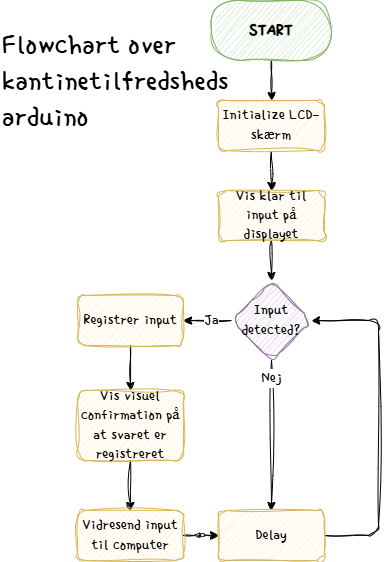
The draw.io diagram billeder/arduino-flowchart.png in JamesPness/Kantinetilfredshed, before a commit. Source tidied: cells renumbered, new cells last; positions are measured from the earlier drawing's top-left corner, leaving out a move shared by most shapes. Source of this version:
```xml
<mxGraphModel background="#ffffff">
  <root>
    <mxCell id="0" />
    <mxCell id="1" parent="0" />
    <mxCell id="2" style="edgeStyle=orthogonalEdgeStyle;rounded=1;jettySize=auto;html=1;sketch=1;curveFitting=1;jiggle=2;fontFamily=Single Day;fontSource=https%3A%2F%2Ffonts.googleapis.com%2Fcss%3Ffamily%3DSingle%2BDay;" parent="1" edge="1" source="3" target="10">
      <mxGeometry relative="1" as="geometry" />
    </mxCell>
    <mxCell id="3" value="&lt;font&gt;&lt;span style=&quot;&quot;&gt;START&lt;/span&gt;&lt;/font&gt;" style="rounded=1;whiteSpace=wrap;html=1;arcSize=50;fillColor=#d5e8d4;strokeColor=#82b366;fontStyle=1;sketch=1;curveFitting=1;jiggle=2;fontFamily=Single Day;fontSource=https%3A%2F%2Ffonts.googleapis.com%2Fcss%3Ffamily%3DSingle%2BDay;fontSize=18;" parent="1" vertex="1">
      <mxGeometry x="211" width="120" height="60" as="geometry" />
    </mxCell>
    <mxCell id="4" style="edgeStyle=orthogonalEdgeStyle;rounded=1;jettySize=auto;html=1;sketch=1;curveFitting=1;jiggle=2;fontFamily=Single Day;fontSource=https%3A%2F%2Ffonts.googleapis.com%2Fcss%3Ffamily%3DSingle%2BDay;fontSize=16;" parent="1" edge="1" source="8" target="14">
      <mxGeometry relative="1" as="geometry" />
    </mxCell>
    <mxCell id="5" value="Nej" style="edgeLabel;html=1;align=center;verticalAlign=middle;rounded=1;sketch=1;curveFitting=1;jiggle=2;fontFamily=Single Day;fontSource=https%3A%2F%2Ffonts.googleapis.com%2Fcss%3Ffamily%3DSingle%2BDay;fontSize=16;" parent="4" vertex="1">
      <mxGeometry x="-0.45" y="-2" relative="1" as="geometry">
        <mxPoint x="2" y="-24" as="offset" />
      </mxGeometry>
    </mxCell>
    <mxCell id="6" style="edgeStyle=orthogonalEdgeStyle;rounded=1;jettySize=auto;html=1;sketch=1;curveFitting=1;jiggle=2;fontFamily=Single Day;fontSource=https%3A%2F%2Ffonts.googleapis.com%2Fcss%3Ffamily%3DSingle%2BDay;fontSize=16;" parent="1" edge="1" source="8" target="16">
      <mxGeometry relative="1" as="geometry" />
    </mxCell>
    <mxCell id="7" value="Ja" style="edgeLabel;html=1;align=center;verticalAlign=middle;rounded=1;sketch=1;curveFitting=1;jiggle=2;fontFamily=Single Day;fontSource=https%3A%2F%2Ffonts.googleapis.com%2Fcss%3Ffamily%3DSingle%2BDay;fontSize=16;" parent="6" vertex="1">
      <mxGeometry x="-0.21" y="-3" relative="1" as="geometry">
        <mxPoint x="-1" y="3" as="offset" />
      </mxGeometry>
    </mxCell>
    <mxCell id="8" value="Input detected?" style="rhombus;html=1;fontFamily=Single Day;fillColor=#e1d5e7;strokeColor=#9673a6;whiteSpace=wrap;rounded=1;sketch=1;curveFitting=1;jiggle=2;fontSource=https%3A%2F%2Ffonts.googleapis.com%2Fcss%3Ffamily%3DSingle%2BDay;fontSize=16;" parent="1" vertex="1">
      <mxGeometry x="231" y="280" width="80" height="80" as="geometry" />
    </mxCell>
    <mxCell id="9" style="edgeStyle=orthogonalEdgeStyle;rounded=1;jettySize=auto;html=1;entryX=0.5;entryY=0;entryDx=0;entryDy=0;sketch=1;curveFitting=1;jiggle=2;fontFamily=Single Day;fontSource=https%3A%2F%2Ffonts.googleapis.com%2Fcss%3Ffamily%3DSingle%2BDay;fontSize=16;" parent="1" edge="1" source="10" target="12">
      <mxGeometry relative="1" as="geometry" />
    </mxCell>
    <mxCell id="10" value="Initialize LCD-skærm" style="rounded=1;whiteSpace=wrap;html=1;fillColor=#fff2cc;strokeColor=#d6b656;sketch=1;curveFitting=1;jiggle=2;fontFamily=Single Day;fontSource=https%3A%2F%2Ffonts.googleapis.com%2Fcss%3Ffamily%3DSingle%2BDay;fontSize=16;" parent="1" vertex="1">
      <mxGeometry x="218" y="100" width="106" height="50" as="geometry" />
    </mxCell>
    <mxCell id="11" style="edgeStyle=orthogonalEdgeStyle;rounded=1;jettySize=auto;html=1;sketch=1;curveFitting=1;jiggle=2;fontFamily=Single Day;fontSource=https%3A%2F%2Ffonts.googleapis.com%2Fcss%3Ffamily%3DSingle%2BDay;fontSize=16;" parent="1" edge="1" source="12" target="8">
      <mxGeometry relative="1" as="geometry" />
    </mxCell>
    <mxCell id="12" value="Vis klar til input på displayet" style="rounded=1;whiteSpace=wrap;html=1;fillColor=#fff2cc;strokeColor=#d6b656;sketch=1;curveFitting=1;jiggle=2;fontFamily=Single Day;fontSource=https%3A%2F%2Ffonts.googleapis.com%2Fcss%3Ffamily%3DSingle%2BDay;fontSize=16;" parent="1" vertex="1">
      <mxGeometry x="218" y="190" width="106" height="50" as="geometry" />
    </mxCell>
    <mxCell id="13" style="edgeStyle=orthogonalEdgeStyle;rounded=1;jettySize=auto;html=1;entryX=1;entryY=0.5;entryDx=0;entryDy=0;sketch=1;curveFitting=1;jiggle=2;fontFamily=Single Day;fontSource=https%3A%2F%2Ffonts.googleapis.com%2Fcss%3Ffamily%3DSingle%2BDay;fontSize=16;" parent="1" edge="1" source="14" target="8">
      <mxGeometry relative="1" as="geometry">
        <Array as="points">
          <mxPoint x="378" y="535" />
          <mxPoint x="378" y="320" />
        </Array>
      </mxGeometry>
    </mxCell>
    <mxCell id="14" value="Delay" style="rounded=1;whiteSpace=wrap;html=1;fillColor=#fff2cc;strokeColor=#d6b656;fontFamily=Single Day;sketch=1;curveFitting=1;jiggle=2;fontSource=https%3A%2F%2Ffonts.googleapis.com%2Fcss%3Ffamily%3DSingle%2BDay;fontSize=16;" parent="1" vertex="1">
      <mxGeometry x="218" y="510" width="106" height="50" as="geometry" />
    </mxCell>
    <mxCell id="15" style="edgeStyle=orthogonalEdgeStyle;rounded=1;jettySize=auto;html=1;sketch=1;curveFitting=1;jiggle=2;fontFamily=Single Day;fontSource=https%3A%2F%2Ffonts.googleapis.com%2Fcss%3Ffamily%3DSingle%2BDay;fontSize=16;" parent="1" edge="1" source="16" target="18">
      <mxGeometry relative="1" as="geometry" />
    </mxCell>
    <mxCell id="16" value="Registrer&amp;nbsp;input" style="rounded=1;whiteSpace=wrap;html=1;fillColor=#fff2cc;strokeColor=#d6b656;horizontal=1;fontFamily=Single Day;sketch=1;curveFitting=1;jiggle=2;fontSource=https%3A%2F%2Ffonts.googleapis.com%2Fcss%3Ffamily%3DSingle%2BDay;fontSize=16;" parent="1" vertex="1">
      <mxGeometry x="77" y="295" width="106" height="50" as="geometry" />
    </mxCell>
    <mxCell id="17" style="edgeStyle=orthogonalEdgeStyle;rounded=1;jettySize=auto;html=1;sketch=1;curveFitting=1;jiggle=2;fontFamily=Single Day;fontSource=https%3A%2F%2Ffonts.googleapis.com%2Fcss%3Ffamily%3DSingle%2BDay;fontSize=16;" parent="1" edge="1" source="18" target="20">
      <mxGeometry relative="1" as="geometry" />
    </mxCell>
    <mxCell id="18" value="Vis visuel confirmation på at svaret er registreret" style="rounded=1;whiteSpace=wrap;html=1;fillColor=#fff2cc;strokeColor=#d6b656;fontFamily=Single Day;sketch=1;curveFitting=1;jiggle=2;fontSource=https%3A%2F%2Ffonts.googleapis.com%2Fcss%3Ffamily%3DSingle%2BDay;fontSize=16;" parent="1" vertex="1">
      <mxGeometry x="77" y="390" width="106" height="70" as="geometry" />
    </mxCell>
    <mxCell id="19" style="edgeStyle=orthogonalEdgeStyle;rounded=1;jettySize=auto;html=1;sketch=1;curveFitting=1;jiggle=2;fontFamily=Single Day;fontSource=https%3A%2F%2Ffonts.googleapis.com%2Fcss%3Ffamily%3DSingle%2BDay;fontSize=16;" parent="1" edge="1" source="20" target="14">
      <mxGeometry relative="1" as="geometry" />
    </mxCell>
    <mxCell id="20" value="Vidresend input til computer" style="rounded=1;whiteSpace=wrap;html=1;fillColor=#fff2cc;strokeColor=#d6b656;fontFamily=Single Day;sketch=1;curveFitting=1;jiggle=2;fontSource=https%3A%2F%2Ffonts.googleapis.com%2Fcss%3Ffamily%3DSingle%2BDay;fontSize=16;" parent="1" vertex="1">
      <mxGeometry x="77" y="510" width="106" height="50" as="geometry" />
    </mxCell>
    <mxCell id="21" value="&lt;font&gt;Flowchart over&amp;nbsp;&lt;/font&gt;&lt;div&gt;&lt;font&gt;kantinetilfredsheds&amp;nbsp;&lt;/font&gt;&lt;/div&gt;&lt;div&gt;&lt;font&gt;arduino&lt;/font&gt;&lt;/div&gt;" style="text;html=1;align=left;verticalAlign=middle;strokeColor=none;fillColor=none;rounded=1;sketch=1;curveFitting=1;jiggle=2;fontSize=30;fontFamily=Single Day;fontSource=https%3A%2F%2Ffonts.googleapis.com%2Fcss%3Ffamily%3DSingle%2BDay;" parent="1" vertex="1">
      <mxGeometry y="20" width="260" height="120" as="geometry" />
    </mxCell>
  </root>
</mxGraphModel>
```
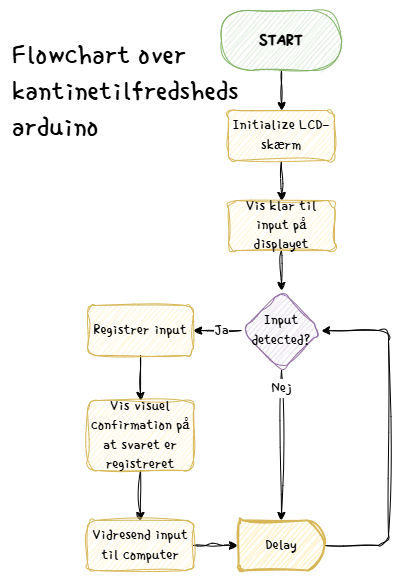
After the change.

Commit message:
Updated arduino flowchart

What changed in the source:
```diff
@@ -8,7 +8,7 @@
     <mxCell id="3" value="&lt;font&gt;&lt;span style=&quot;&quot;&gt;START&lt;/span&gt;&lt;/font&gt;" style="rounded=1;whiteSpace=wrap;html=1;arcSize=50;fillColor=#d5e8d4;strokeColor=#82b366;fontStyle=1;sketch=1;curveFitting=1;jiggle=2;fontFamily=Single Day;fontSource=https%3A%2F%2Ffonts.googleapis.com%2Fcss%3Ffamily%3DSingle%2BDay;fontSize=18;" parent="1" vertex="1">
       <mxGeometry x="211" width="120" height="60" as="geometry" />
     </mxCell>
-    <mxCell id="4" style="edgeStyle=orthogonalEdgeStyle;rounded=1;jettySize=auto;html=1;sketch=1;curveFitting=1;jiggle=2;fontFamily=Single Day;fontSource=https%3A%2F%2Ffonts.googleapis.com%2Fcss%3Ffamily%3DSingle%2BDay;fontSize=16;" parent="1" edge="1" source="8" target="14">
+    <mxCell id="4" style="edgeStyle=orthogonalEdgeStyle;rounded=1;jettySize=auto;html=1;sketch=1;curveFitting=1;jiggle=2;fontFamily=Single Day;fontSource=https%3A%2F%2Ffonts.googleapis.com%2Fcss%3Ffamily%3DSingle%2BDay;fontSize=16;entryX=0.5;entryY=0;entryDx=0;entryDy=0;entryPerimeter=0;" parent="1" edge="1" source="8" target="14">
       <mxGeometry relative="1" as="geometry" />
     </mxCell>
     <mxCell id="5" value="Nej" style="edgeLabel;html=1;align=center;verticalAlign=middle;rounded=1;sketch=1;curveFitting=1;jiggle=2;fontFamily=Single Day;fontSource=https%3A%2F%2Ffonts.googleapis.com%2Fcss%3Ffamily%3DSingle%2BDay;fontSize=16;" parent="4" vertex="1">
@@ -47,9 +47,6 @@
         </Array>
       </mxGeometry>
     </mxCell>
-    <mxCell id="14" value="Delay" style="rounded=1;whiteSpace=wrap;html=1;fillColor=#fff2cc;strokeColor=#d6b656;fontFamily=Single Day;sketch=1;curveFitting=1;jiggle=2;fontSource=https%3A%2F%2Ffonts.googleapis.com%2Fcss%3Ffamily%3DSingle%2BDay;fontSize=16;" parent="1" vertex="1">
-      <mxGeometry x="218" y="510" width="106" height="50" as="geometry" />
-    </mxCell>
     <mxCell id="15" style="edgeStyle=orthogonalEdgeStyle;rounded=1;jettySize=auto;html=1;sketch=1;curveFitting=1;jiggle=2;fontFamily=Single Day;fontSource=https%3A%2F%2Ffonts.googleapis.com%2Fcss%3Ffamily%3DSingle%2BDay;fontSize=16;" parent="1" edge="1" source="16" target="18">
       <mxGeometry relative="1" as="geometry" />
     </mxCell>
@@ -62,8 +59,10 @@
     <mxCell id="18" value="Vis visuel confirmation på at svaret er registreret" style="rounded=1;whiteSpace=wrap;html=1;fillColor=#fff2cc;strokeColor=#d6b656;fontFamily=Single Day;sketch=1;curveFitting=1;jiggle=2;fontSource=https%3A%2F%2Ffonts.googleapis.com%2Fcss%3Ffamily%3DSingle%2BDay;fontSize=16;" parent="1" vertex="1">
       <mxGeometry x="77" y="390" width="106" height="70" as="geometry" />
     </mxCell>
-    <mxCell id="19" style="edgeStyle=orthogonalEdgeStyle;rounded=1;jettySize=auto;html=1;sketch=1;curveFitting=1;jiggle=2;fontFamily=Single Day;fontSource=https%3A%2F%2Ffonts.googleapis.com%2Fcss%3Ffamily%3DSingle%2BDay;fontSize=16;" parent="1" edge="1" source="20" target="14">
-      <mxGeometry relative="1" as="geometry" />
+    <mxCell id="19" style="edgeStyle=orthogonalEdgeStyle;rounded=1;jettySize=auto;html=1;sketch=1;curveFitting=1;jiggle=2;fontFamily=Single Day;fontSource=https%3A%2F%2Ffonts.googleapis.com%2Fcss%3Ffamily%3DSingle%2BDay;fontSize=16;" parent="1" edge="1" source="20">
+      <mxGeometry relative="1" as="geometry">
+        <mxPoint x="227" y="535" as="targetPoint" />
+      </mxGeometry>
     </mxCell>
     <mxCell id="20" value="Vidresend input til computer" style="rounded=1;whiteSpace=wrap;html=1;fillColor=#fff2cc;strokeColor=#d6b656;fontFamily=Single Day;sketch=1;curveFitting=1;jiggle=2;fontSource=https%3A%2F%2Ffonts.googleapis.com%2Fcss%3Ffamily%3DSingle%2BDay;fontSize=16;" parent="1" vertex="1">
       <mxGeometry x="77" y="510" width="106" height="50" as="geometry" />
@@ -71,5 +70,8 @@
     <mxCell id="21" value="&lt;font&gt;Flowchart over&amp;nbsp;&lt;/font&gt;&lt;div&gt;&lt;font&gt;kantinetilfredsheds&amp;nbsp;&lt;/font&gt;&lt;/div&gt;&lt;div&gt;&lt;font&gt;arduino&lt;/font&gt;&lt;/div&gt;" style="text;html=1;align=left;verticalAlign=middle;strokeColor=none;fillColor=none;rounded=1;sketch=1;curveFitting=1;jiggle=2;fontSize=30;fontFamily=Single Day;fontSource=https%3A%2F%2Ffonts.googleapis.com%2Fcss%3Ffamily%3DSingle%2BDay;" parent="1" vertex="1">
       <mxGeometry y="20" width="260" height="120" as="geometry" />
     </mxCell>
+    <mxCell id="14" value="Delay" style="strokeWidth=2;html=1;shape=mxgraph.flowchart.delay;whiteSpace=wrap;sketch=1;hachureGap=4;jiggle=2;curveFitting=1;fontFamily=Single Day;fontSource=https%3A%2F%2Ffonts.googleapis.com%2Fcss%3Ffamily%3DSingle%2BDay;fillColor=#fff2cc;strokeColor=#d6b656;fontSize=16;" parent="1" vertex="1">
+      <mxGeometry x="228" y="510" width="86" height="50" as="geometry" />
+    </mxCell>
   </root>
 </mxGraphModel>
```
